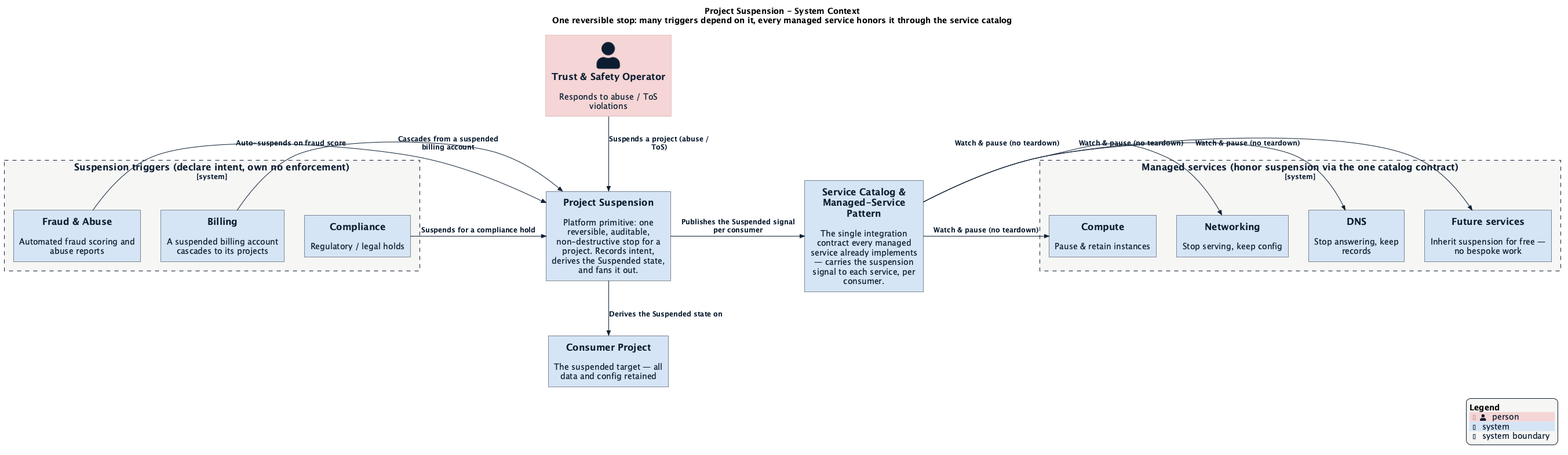
This is enhancements/platform/project-suspension/context.png from datum-cloud/enhancements, a PlantUML export, as it was before one commit.
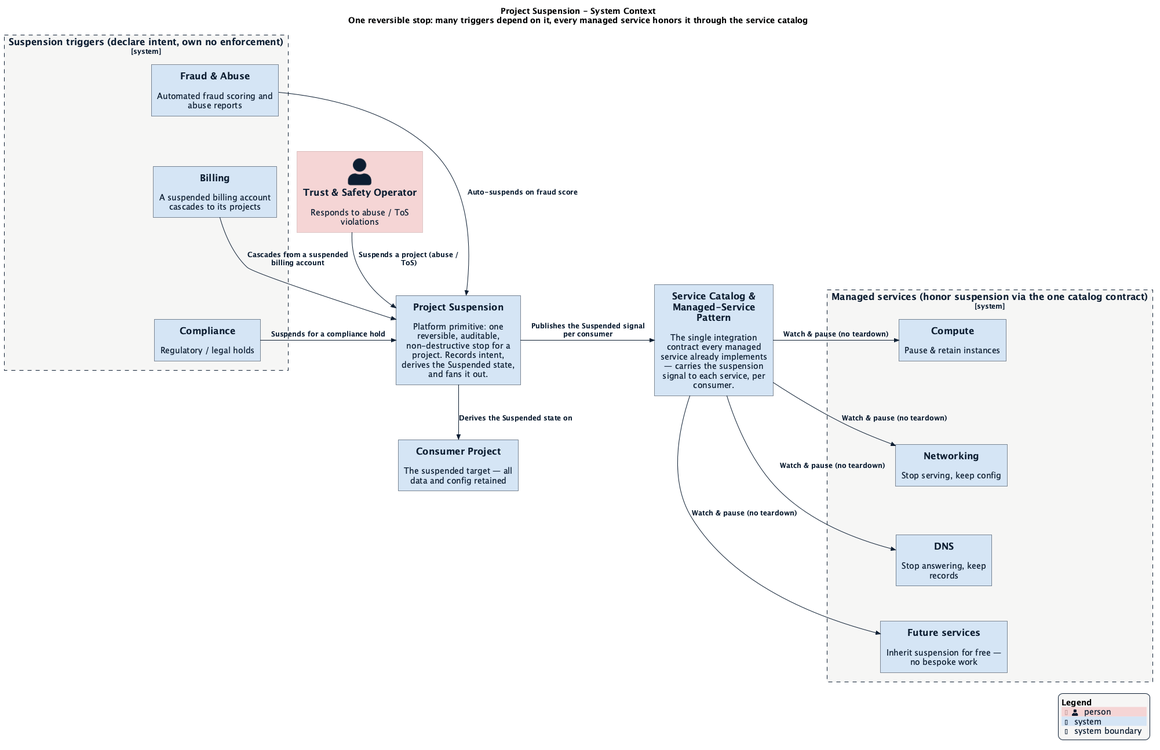
After the change.

Commit message:
docs(project-suspension): stack the trigger and service boxes vertically in the context diagram

Add Lay_D hints between the boxes inside each boundary so the triggers
(Fraud/Billing/Compliance) and managed services (Compute/Networking/DNS/Future)
stack top-to-bottom instead of spreading left-to-right.

Change to the diagram source:
```diff
@@ -38,5 +38,11 @@
 Rel_R(catalog, dns, "Watch & pause (no teardown)")
 Rel_R(catalog, future, "Watch & pause (no teardown)")
 
+Lay_D(fraud, billing)
+Lay_D(billing, compliance)
+Lay_D(compute, network)
+Lay_D(network, dns)
+Lay_D(dns, future)
+
 SHOW_LEGEND()
 @enduml
```
